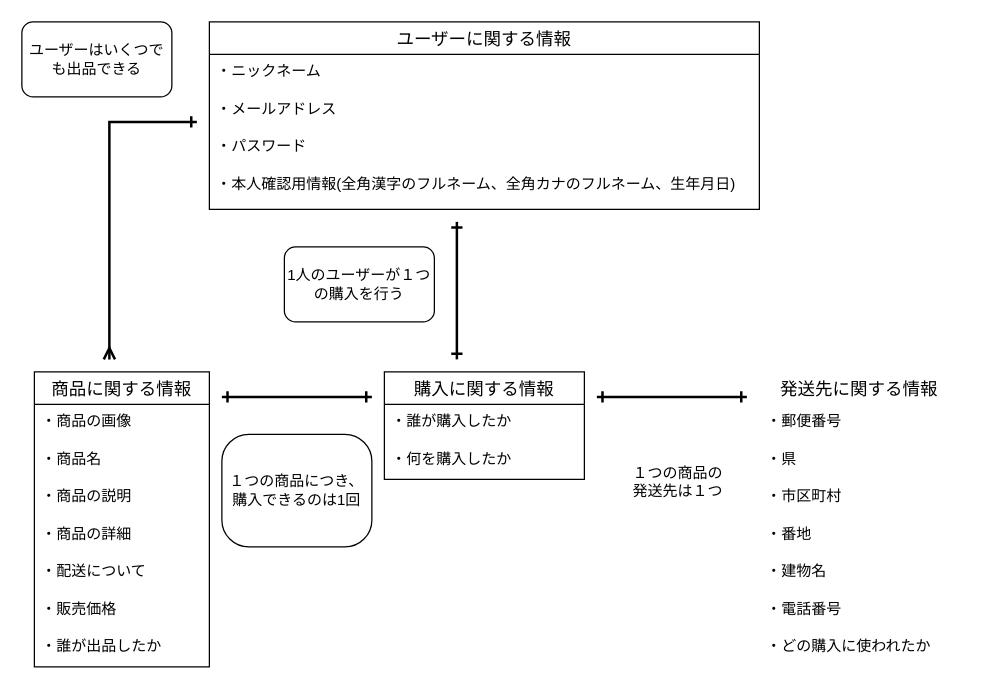
This is page "Modeling" (2 of 3) of figure.dio from nana0817/furima-39589, a draw.io file, before an edit. Source tidied: cells renumbered, new cells numbered last; positions are measured from the earlier drawing's top-left corner, leaving out a move shared by most shapes. Both pictures are drawn from the tidied source at 125%, with x=0, y=0 at pixel (21, 21).
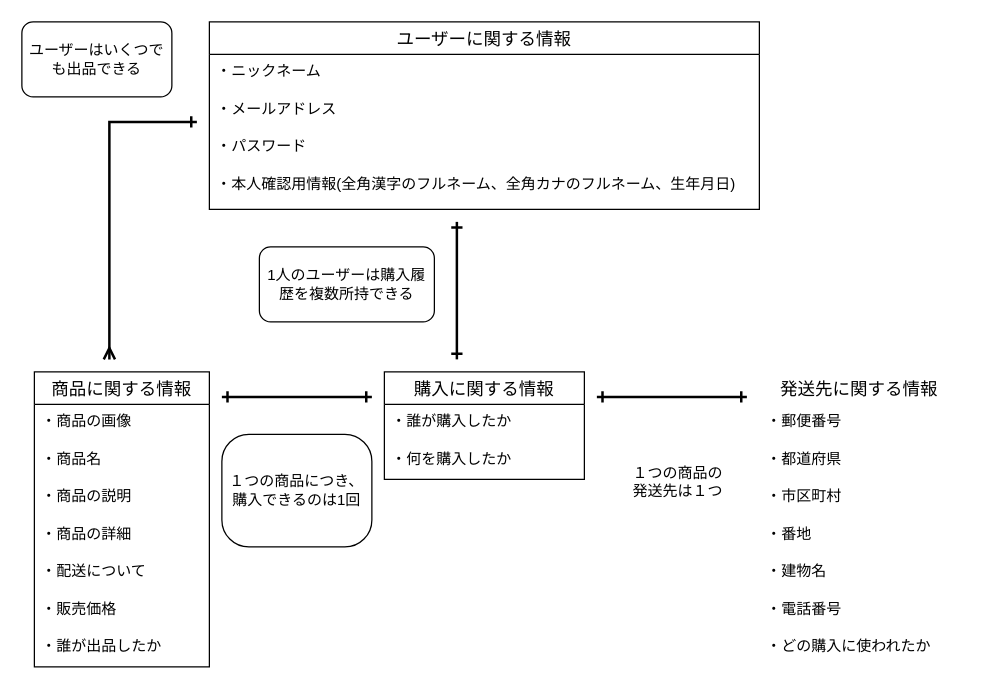
After the change.

Unchanged cells that the change refers to:
```xml
<mxCell id="23" value="発送先に関する情報" style="swimlane;fontStyle=0;horizontal=1;startSize=26;align=center;fontSize=14;rounded=0;shadow=0;glass=0;labelBackgroundColor=none;labelBorderColor=none;sketch=0;strokeColor=#FFFFFF;fillColor=none;" parent="1" vertex="1">
  <mxGeometry x="590" y="280" width="160" height="236" as="geometry" />
</mxCell>
```

Change to the diagram source:
```diff
@@
-    <mxCell id="21" value="1人のユーザーが１つの購入を行う" style="rounded=1;whiteSpace=wrap;html=1;strokeColor=default;" parent="1" vertex="1">
-      <mxGeometry x="210" y="180" width="120" height="60" as="geometry" />
+    <mxCell id="21" value="1人のユーザーは購入履歴を複数所持できる" style="rounded=1;whiteSpace=wrap;html=1;strokeColor=default;" parent="1" vertex="1">
+      <mxGeometry x="190" y="180" width="140" height="60" as="geometry" />
     </mxCell>
@@
-    <mxCell id="25" value="・県" style="text;strokeColor=none;fillColor=none;spacingLeft=4;spacingRight=4;overflow=hidden;fontSize=12;rounded=0;shadow=0;glass=0;labelBackgroundColor=none;labelBorderColor=none;sketch=0;" parent="23" vertex="1">
+    <mxCell id="25" value="・都道府県" style="text;strokeColor=none;fillColor=none;spacingLeft=4;spacingRight=4;overflow=hidden;fontSize=12;rounded=0;shadow=0;glass=0;labelBackgroundColor=none;labelBorderColor=none;sketch=0;" parent="23" vertex="1">
       <mxGeometry y="56" width="160" height="30" as="geometry" />
     </mxCell>
```
